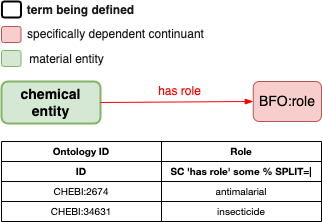
This is src/ontology/diagrams/chebi-roles.png from VEuPathDB-ontology/VEuPathDB-ontology, a draw.io export, as it was before one commit. Source tidied: cells renumbered, new cells last; positions are measured from the earlier drawing's top-left corner, leaving out a move shared by most shapes. Its diagram source:
```xml
<mxGraphModel>
  <root>
    <mxCell id="0" />
    <mxCell id="1" parent="0" />
    <mxCell id="2" value="&lt;b&gt;&lt;font style=&quot;font-size: 14px&quot;&gt;chemical entity&lt;/font&gt;&lt;/b&gt;" style="rounded=1;whiteSpace=wrap;html=1;fillColor=#d5e8d4;strokeColor=#82b366;strokeWidth=2;" parent="1" vertex="1">
      <mxGeometry y="80" width="99" height="42" as="geometry" />
    </mxCell>
    <mxCell id="3" value="&lt;span style=&quot;font-size: 14px&quot;&gt;&lt;span&gt;BFO:role&lt;br&gt;&lt;/span&gt;&lt;/span&gt;" style="rounded=1;whiteSpace=wrap;html=1;fillColor=#f8cecc;strokeColor=#b85450;fontStyle=0;" parent="1" vertex="1">
      <mxGeometry x="251.8" y="80" width="68.2" height="40" as="geometry" />
    </mxCell>
    <mxCell id="4" style="edgeStyle=none;rounded=0;jettySize=auto;html=1;fontColor=#FFFFFF;endArrow=blockThin;endFill=1;exitX=1;exitY=0.5;exitDx=0;exitDy=0;entryX=0;entryY=0.5;entryDx=0;entryDy=0;strokeColor=#FF0000;" parent="1" edge="1" source="2" target="3">
      <mxGeometry relative="1" as="geometry" />
    </mxCell>
    <mxCell id="5" value="has role" style="edgeLabel;html=1;align=center;verticalAlign=middle;fontSize=12;fontColor=#FF0000;" parent="4" vertex="1">
      <mxGeometry x="-0.12" y="1" relative="1" as="geometry">
        <mxPoint x="12" y="-10" as="offset" />
      </mxGeometry>
    </mxCell>
    <mxCell id="6" style="shape=table;startSize=0;" parent="1" vertex="1">
      <mxGeometry y="140" width="320" height="80" as="geometry" />
    </mxCell>
    <mxCell id="7" style="shape=tableRow;horizontal=0;startSize=0;swimlaneHead=0;swimlaneBody=0;top=0;left=0;bottom=0;right=0;fillColor=none;" parent="6" vertex="1">
      <mxGeometry width="320" height="20" as="geometry" />
    </mxCell>
    <mxCell id="8" value="&lt;p style=&quot;margin: 0.0px 0.0px 0.0px 0.0px&quot;&gt;&lt;font face=&quot;Helvetica Neue&quot; size=&quot;2&quot; color=&quot;#000000&quot; style=&quot;font-style: normal; font-variant: normal; font-stretch: normal; font-size: 10px; line-height: normal; font-family: &amp;quot;helvetica neue&amp;quot;; color: rgb(0, 0, 0);&quot;&gt;Ontology ID&lt;/font&gt;&lt;/p&gt;&#10;" style="shape=partialRectangle;html=1;whiteSpace=wrap;overflow=hidden;fillColor=none;top=0;left=0;bottom=0;right=0;fontStyle=1;" parent="7" vertex="1">
      <mxGeometry width="160" height="20" as="geometry" />
    </mxCell>
    <mxCell id="9" value="&lt;p style=&quot;margin: 0.0px 0.0px 0.0px 0.0px&quot;&gt;&lt;font face=&quot;Helvetica Neue&quot; size=&quot;2&quot; color=&quot;#000000&quot; style=&quot;font-style: normal; font-variant: normal; font-stretch: normal; font-size: 10px; line-height: normal; font-family: &amp;quot;helvetica neue&amp;quot;; color: rgb(0, 0, 0);&quot;&gt;Role&lt;/font&gt;&lt;/p&gt;&#10;" style="shape=partialRectangle;html=1;whiteSpace=wrap;overflow=hidden;fillColor=none;top=0;left=0;bottom=0;right=0;fontStyle=1;" parent="7" vertex="1">
      <mxGeometry x="160" width="160" height="20" as="geometry" />
    </mxCell>
    <mxCell id="10" style="shape=tableRow;horizontal=0;startSize=0;swimlaneHead=0;swimlaneBody=0;top=0;left=0;bottom=0;right=0;fillColor=none;" parent="6" vertex="1">
      <mxGeometry y="20" width="320" height="20" as="geometry" />
    </mxCell>
    <mxCell id="11" value="&lt;p style=&quot;margin: 0.0px 0.0px 0.0px 0.0px&quot;&gt;&lt;font face=&quot;Helvetica Neue&quot; size=&quot;2&quot; color=&quot;#000000&quot; style=&quot;font-style: normal; font-variant: normal; font-stretch: normal; font-size: 10px; line-height: normal; font-family: &amp;quot;helvetica neue&amp;quot;; color: rgb(0, 0, 0);&quot;&gt;ID&lt;/font&gt;&lt;/p&gt;&#10;" style="shape=partialRectangle;html=1;whiteSpace=wrap;overflow=hidden;fillColor=none;top=0;left=0;bottom=0;right=0;fontStyle=1;" parent="10" vertex="1">
      <mxGeometry width="160" height="20" as="geometry" />
    </mxCell>
    <mxCell id="12" value="&lt;p style=&quot;margin: 0.0px 0.0px 0.0px 0.0px&quot;&gt;&lt;font face=&quot;Helvetica Neue&quot; size=&quot;2&quot; color=&quot;#000000&quot; style=&quot;font-style: normal; font-variant: normal; font-stretch: normal; font-size: 10px; line-height: normal; font-family: &amp;quot;helvetica neue&amp;quot;; color: rgb(0, 0, 0);&quot;&gt;SC 'has role' some % SPLIT=|&lt;/font&gt;&lt;/p&gt;&#10;" style="shape=partialRectangle;html=1;whiteSpace=wrap;overflow=hidden;fillColor=none;top=0;left=0;bottom=0;right=0;fontStyle=1;" parent="10" vertex="1">
      <mxGeometry x="160" width="160" height="20" as="geometry" />
    </mxCell>
    <mxCell id="13" style="shape=tableRow;horizontal=0;startSize=0;swimlaneHead=0;swimlaneBody=0;top=0;left=0;bottom=0;right=0;fillColor=none;" parent="6" vertex="1">
      <mxGeometry y="40" width="320" height="20" as="geometry" />
    </mxCell>
    <mxCell id="14" value="&lt;p style=&quot;margin: 0.0px 0.0px 0.0px 0.0px&quot;&gt;&lt;font face=&quot;Helvetica Neue&quot; size=&quot;2&quot; color=&quot;#000000&quot; style=&quot;font: 10.0px &amp;quot;helvetica neue&amp;quot; ; color: #000000&quot;&gt;CHEBI:2674&lt;/font&gt;&lt;/p&gt;&#10;" style="shape=partialRectangle;html=1;whiteSpace=wrap;overflow=hidden;fillColor=none;top=0;left=0;bottom=0;right=0;" parent="13" vertex="1">
      <mxGeometry width="160" height="20" as="geometry" />
    </mxCell>
    <mxCell id="15" value="&lt;p style=&quot;margin: 0.0px 0.0px 0.0px 0.0px&quot;&gt;&lt;font face=&quot;Helvetica Neue&quot; size=&quot;2&quot; color=&quot;#000000&quot; style=&quot;font: 10.0px &amp;quot;helvetica neue&amp;quot; ; color: #000000&quot;&gt;antimalarial&lt;/font&gt;&lt;/p&gt;&#10;" style="shape=partialRectangle;html=1;whiteSpace=wrap;overflow=hidden;fillColor=none;top=0;left=0;bottom=0;right=0;" parent="13" vertex="1">
      <mxGeometry x="160" width="160" height="20" as="geometry" />
    </mxCell>
    <mxCell id="16" style="shape=tableRow;horizontal=0;startSize=0;swimlaneHead=0;swimlaneBody=0;top=0;left=0;bottom=0;right=0;fillColor=none;" parent="6" vertex="1">
      <mxGeometry y="60" width="320" height="20" as="geometry" />
    </mxCell>
    <mxCell id="17" value="&lt;p style=&quot;margin: 0.0px 0.0px 0.0px 0.0px&quot;&gt;&lt;font face=&quot;Helvetica Neue&quot; size=&quot;2&quot; color=&quot;#000000&quot; style=&quot;font: 10.0px &amp;quot;helvetica neue&amp;quot; ; color: #000000&quot;&gt;CHEBI:34631&lt;/font&gt;&lt;/p&gt;&#10;" style="shape=partialRectangle;html=1;whiteSpace=wrap;overflow=hidden;fillColor=none;top=0;left=0;bottom=0;right=0;" parent="16" vertex="1">
      <mxGeometry width="160" height="20" as="geometry" />
    </mxCell>
    <mxCell id="18" value="&lt;p style=&quot;margin: 0.0px 0.0px 0.0px 0.0px&quot;&gt;&lt;font face=&quot;Helvetica Neue&quot; size=&quot;2&quot; color=&quot;#000000&quot; style=&quot;font: 10.0px &amp;quot;helvetica neue&amp;quot; ; color: #000000&quot;&gt;insecticide&lt;/font&gt;&lt;/p&gt;&#10;" style="shape=partialRectangle;html=1;whiteSpace=wrap;overflow=hidden;fillColor=none;top=0;left=0;bottom=0;right=0;" parent="16" vertex="1">
      <mxGeometry x="160" width="160" height="20" as="geometry" />
    </mxCell>
    <mxCell id="19" value="specifically dependent continuant" style="edgeLabel;html=1;align=center;verticalAlign=middle;fontSize=12;fontColor=#1A1A1A;" parent="1" vertex="1">
      <mxGeometry x="113.9" y="32.1" as="geometry" />
    </mxCell>
    <mxCell id="20" value="material entity" style="edgeLabel;html=1;align=center;verticalAlign=middle;fontSize=12;fontColor=#1A1A1A;" parent="1" vertex="1">
      <mxGeometry x="64.9" y="57.1" as="geometry" />
    </mxCell>
    <mxCell id="21" style="rounded=1;whiteSpace=wrap;html=1;fillColor=#f8cecc;strokeColor=#b85450;fontStyle=0;" parent="1" vertex="1">
      <mxGeometry y="25" width="19.5" height="16" as="geometry" />
    </mxCell>
    <mxCell id="22" style="rounded=1;whiteSpace=wrap;html=1;fillColor=#d5e8d4;strokeColor=#82b366;fontStyle=0;" parent="1" vertex="1">
      <mxGeometry y="49" width="19.5" height="16" as="geometry" />
    </mxCell>
    <mxCell id="23" value="&lt;b&gt;term being defined&lt;/b&gt;" style="edgeLabel;html=1;align=center;verticalAlign=middle;fontSize=12;fontColor=#1A1A1A;" parent="1" vertex="1">
      <mxGeometry x="78.5" y="8" as="geometry" />
    </mxCell>
    <mxCell id="24" style="rounded=1;whiteSpace=wrap;html=1;fontStyle=0;strokeWidth=2;" parent="1" vertex="1">
      <mxGeometry x="0.4" width="19.1" height="16" as="geometry" />
    </mxCell>
  </root>
</mxGraphModel>
```
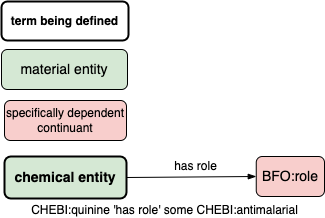
The same file after the commit.

Change to the diagram source:
```diff
@@ -2,76 +2,33 @@
   <root>
     <mxCell id="0" />
     <mxCell id="1" parent="0" />
-    <mxCell id="2" value="&lt;b&gt;&lt;font style=&quot;font-size: 14px&quot;&gt;chemical entity&lt;/font&gt;&lt;/b&gt;" style="rounded=1;whiteSpace=wrap;html=1;fillColor=#d5e8d4;strokeColor=#82b366;strokeWidth=2;" parent="1" vertex="1">
-      <mxGeometry y="80" width="99" height="42" as="geometry" />
+    <mxCell id="2" value="&lt;b&gt;&lt;font style=&quot;font-size: 14px&quot;&gt;chemical entity&lt;/font&gt;&lt;/b&gt;" style="rounded=1;whiteSpace=wrap;html=1;fillColor=#d5e8d4;strokeColor=#000000;strokeWidth=2;" parent="1" vertex="1">
+      <mxGeometry x="101" y="-736" width="122" height="42" as="geometry" />
     </mxCell>
-    <mxCell id="3" value="&lt;span style=&quot;font-size: 14px&quot;&gt;&lt;span&gt;BFO:role&lt;br&gt;&lt;/span&gt;&lt;/span&gt;" style="rounded=1;whiteSpace=wrap;html=1;fillColor=#f8cecc;strokeColor=#b85450;fontStyle=0;" parent="1" vertex="1">
-      <mxGeometry x="251.8" y="80" width="68.2" height="40" as="geometry" />
+    <mxCell id="3" value="&lt;span style=&quot;font-size: 14px&quot;&gt;&lt;span&gt;BFO:role&lt;br&gt;&lt;/span&gt;&lt;/span&gt;" style="rounded=1;whiteSpace=wrap;html=1;fillColor=#f8cecc;strokeColor=#000000;fontStyle=0;" parent="1" vertex="1">
+      <mxGeometry x="352.8" y="-736" width="68.2" height="40" as="geometry" />
     </mxCell>
-    <mxCell id="4" style="edgeStyle=none;rounded=0;jettySize=auto;html=1;fontColor=#FFFFFF;endArrow=blockThin;endFill=1;exitX=1;exitY=0.5;exitDx=0;exitDy=0;entryX=0;entryY=0.5;entryDx=0;entryDy=0;strokeColor=#FF0000;" parent="1" edge="1" source="2" target="3">
+    <mxCell id="4" style="edgeStyle=none;rounded=0;jettySize=auto;html=1;fontColor=#FFFFFF;endArrow=blockThin;endFill=1;exitX=1;exitY=0.5;exitDx=0;exitDy=0;entryX=0;entryY=0.5;entryDx=0;entryDy=0;strokeColor=#000000;" parent="1" edge="1" source="2" target="3">
       <mxGeometry relative="1" as="geometry" />
     </mxCell>
-    <mxCell id="5" value="has role" style="edgeLabel;html=1;align=center;verticalAlign=middle;fontSize=12;fontColor=#FF0000;" parent="4" vertex="1">
+    <mxCell id="5" value="has role" style="edgeLabel;html=1;align=center;verticalAlign=middle;fontSize=12;fontColor=#000000;" parent="4" vertex="1">
       <mxGeometry x="-0.12" y="1" relative="1" as="geometry">
         <mxPoint x="12" y="-10" as="offset" />
       </mxGeometry>
     </mxCell>
-    <mxCell id="6" style="shape=table;startSize=0;" parent="1" vertex="1">
-      <mxGeometry y="140" width="320" height="80" as="geometry" />
-    </mxCell>
-    <mxCell id="7" style="shape=tableRow;horizontal=0;startSize=0;swimlaneHead=0;swimlaneBody=0;top=0;left=0;bottom=0;right=0;fillColor=none;" parent="6" vertex="1">
-      <mxGeometry width="320" height="20" as="geometry" />
-    </mxCell>
-    <mxCell id="8" value="&lt;p style=&quot;margin: 0.0px 0.0px 0.0px 0.0px&quot;&gt;&lt;font face=&quot;Helvetica Neue&quot; size=&quot;2&quot; color=&quot;#000000&quot; style=&quot;font-style: normal; font-variant: normal; font-stretch: normal; font-size: 10px; line-height: normal; font-family: &amp;quot;helvetica neue&amp;quot;; color: rgb(0, 0, 0);&quot;&gt;Ontology ID&lt;/font&gt;&lt;/p&gt;&#10;" style="shape=partialRectangle;html=1;whiteSpace=wrap;overflow=hidden;fillColor=none;top=0;left=0;bottom=0;right=0;fontStyle=1;" parent="7" vertex="1">
-      <mxGeometry width="160" height="20" as="geometry" />
-    </mxCell>
-    <mxCell id="9" value="&lt;p style=&quot;margin: 0.0px 0.0px 0.0px 0.0px&quot;&gt;&lt;font face=&quot;Helvetica Neue&quot; size=&quot;2&quot; color=&quot;#000000&quot; style=&quot;font-style: normal; font-variant: normal; font-stretch: normal; font-size: 10px; line-height: normal; font-family: &amp;quot;helvetica neue&amp;quot;; color: rgb(0, 0, 0);&quot;&gt;Role&lt;/font&gt;&lt;/p&gt;&#10;" style="shape=partialRectangle;html=1;whiteSpace=wrap;overflow=hidden;fillColor=none;top=0;left=0;bottom=0;right=0;fontStyle=1;" parent="7" vertex="1">
-      <mxGeometry x="160" width="160" height="20" as="geometry" />
-    </mxCell>
-    <mxCell id="10" style="shape=tableRow;horizontal=0;startSize=0;swimlaneHead=0;swimlaneBody=0;top=0;left=0;bottom=0;right=0;fillColor=none;" parent="6" vertex="1">
-      <mxGeometry y="20" width="320" height="20" as="geometry" />
-    </mxCell>
-    <mxCell id="11" value="&lt;p style=&quot;margin: 0.0px 0.0px 0.0px 0.0px&quot;&gt;&lt;font face=&quot;Helvetica Neue&quot; size=&quot;2&quot; color=&quot;#000000&quot; style=&quot;font-style: normal; font-variant: normal; font-stretch: normal; font-size: 10px; line-height: normal; font-family: &amp;quot;helvetica neue&amp;quot;; color: rgb(0, 0, 0);&quot;&gt;ID&lt;/font&gt;&lt;/p&gt;&#10;" style="shape=partialRectangle;html=1;whiteSpace=wrap;overflow=hidden;fillColor=none;top=0;left=0;bottom=0;right=0;fontStyle=1;" parent="10" vertex="1">
-      <mxGeometry width="160" height="20" as="geometry" />
-    </mxCell>
-    <mxCell id="12" value="&lt;p style=&quot;margin: 0.0px 0.0px 0.0px 0.0px&quot;&gt;&lt;font face=&quot;Helvetica Neue&quot; size=&quot;2&quot; color=&quot;#000000&quot; style=&quot;font-style: normal; font-variant: normal; font-stretch: normal; font-size: 10px; line-height: normal; font-family: &amp;quot;helvetica neue&amp;quot;; color: rgb(0, 0, 0);&quot;&gt;SC 'has role' some % SPLIT=|&lt;/font&gt;&lt;/p&gt;&#10;" style="shape=partialRectangle;html=1;whiteSpace=wrap;overflow=hidden;fillColor=none;top=0;left=0;bottom=0;right=0;fontStyle=1;" parent="10" vertex="1">
-      <mxGeometry x="160" width="160" height="20" as="geometry" />
-    </mxCell>
-    <mxCell id="13" style="shape=tableRow;horizontal=0;startSize=0;swimlaneHead=0;swimlaneBody=0;top=0;left=0;bottom=0;right=0;fillColor=none;" parent="6" vertex="1">
-      <mxGeometry y="40" width="320" height="20" as="geometry" />
-    </mxCell>
-    <mxCell id="14" value="&lt;p style=&quot;margin: 0.0px 0.0px 0.0px 0.0px&quot;&gt;&lt;font face=&quot;Helvetica Neue&quot; size=&quot;2&quot; color=&quot;#000000&quot; style=&quot;font: 10.0px &amp;quot;helvetica neue&amp;quot; ; color: #000000&quot;&gt;CHEBI:2674&lt;/font&gt;&lt;/p&gt;&#10;" style="shape=partialRectangle;html=1;whiteSpace=wrap;overflow=hidden;fillColor=none;top=0;left=0;bottom=0;right=0;" parent="13" vertex="1">
-      <mxGeometry width="160" height="20" as="geometry" />
-    </mxCell>
-    <mxCell id="15" value="&lt;p style=&quot;margin: 0.0px 0.0px 0.0px 0.0px&quot;&gt;&lt;font face=&quot;Helvetica Neue&quot; size=&quot;2&quot; color=&quot;#000000&quot; style=&quot;font: 10.0px &amp;quot;helvetica neue&amp;quot; ; color: #000000&quot;&gt;antimalarial&lt;/font&gt;&lt;/p&gt;&#10;" style="shape=partialRectangle;html=1;whiteSpace=wrap;overflow=hidden;fillColor=none;top=0;left=0;bottom=0;right=0;" parent="13" vertex="1">
-      <mxGeometry x="160" width="160" height="20" as="geometry" />
-    </mxCell>
-    <mxCell id="16" style="shape=tableRow;horizontal=0;startSize=0;swimlaneHead=0;swimlaneBody=0;top=0;left=0;bottom=0;right=0;fillColor=none;" parent="6" vertex="1">
-      <mxGeometry y="60" width="320" height="20" as="geometry" />
-    </mxCell>
-    <mxCell id="17" value="&lt;p style=&quot;margin: 0.0px 0.0px 0.0px 0.0px&quot;&gt;&lt;font face=&quot;Helvetica Neue&quot; size=&quot;2&quot; color=&quot;#000000&quot; style=&quot;font: 10.0px &amp;quot;helvetica neue&amp;quot; ; color: #000000&quot;&gt;CHEBI:34631&lt;/font&gt;&lt;/p&gt;&#10;" style="shape=partialRectangle;html=1;whiteSpace=wrap;overflow=hidden;fillColor=none;top=0;left=0;bottom=0;right=0;" parent="16" vertex="1">
-      <mxGeometry width="160" height="20" as="geometry" />
-    </mxCell>
-    <mxCell id="18" value="&lt;p style=&quot;margin: 0.0px 0.0px 0.0px 0.0px&quot;&gt;&lt;font face=&quot;Helvetica Neue&quot; size=&quot;2&quot; color=&quot;#000000&quot; style=&quot;font: 10.0px &amp;quot;helvetica neue&amp;quot; ; color: #000000&quot;&gt;insecticide&lt;/font&gt;&lt;/p&gt;&#10;" style="shape=partialRectangle;html=1;whiteSpace=wrap;overflow=hidden;fillColor=none;top=0;left=0;bottom=0;right=0;" parent="16" vertex="1">
-      <mxGeometry x="160" width="160" height="20" as="geometry" />
-    </mxCell>
+    <mxCell id="25" value="CHEBI:quinine 'has role' some CHEBI:antimalarial" style="edgeLabel;html=1;align=center;verticalAlign=middle;fontSize=12;fontColor=#000000;" parent="4" vertex="1">
+      <mxGeometry x="-0.12" y="1" relative="1" as="geometry">
+        <mxPoint x="-19" y="34" as="offset" />
+      </mxGeometry>
+    </mxCell>
-    <mxCell id="19" value="specifically dependent continuant" style="edgeLabel;html=1;align=center;verticalAlign=middle;fontSize=12;fontColor=#1A1A1A;" parent="1" vertex="1">
-      <mxGeometry x="113.9" y="32.1" as="geometry" />
+    <mxCell id="19" value="specifically dependent continuant" style="rounded=1;whiteSpace=wrap;html=1;fillColor=#f8cecc;strokeColor=#000000;fontStyle=0;labelBackgroundColor=none;labelBorderColor=none;" parent="1" vertex="1">
+      <mxGeometry x="101" y="-792" width="122" height="40" as="geometry" />
     </mxCell>
-    <mxCell id="20" value="material entity" style="edgeLabel;html=1;align=center;verticalAlign=middle;fontSize=12;fontColor=#1A1A1A;" parent="1" vertex="1">
-      <mxGeometry x="64.9" y="57.1" as="geometry" />
+    <mxCell id="20" value="&lt;span style=&quot;font-size: 14px&quot;&gt;&lt;span&gt;material entity&lt;/span&gt;&lt;/span&gt;" style="rounded=1;whiteSpace=wrap;html=1;fillColor=#d5e8d4;strokeColor=#000000;fontStyle=0;" parent="1" vertex="1">
+      <mxGeometry x="98" y="-843" width="126" height="40" as="geometry" />
     </mxCell>
-    <mxCell id="21" style="rounded=1;whiteSpace=wrap;html=1;fillColor=#f8cecc;strokeColor=#b85450;fontStyle=0;" parent="1" vertex="1">
-      <mxGeometry y="25" width="19.5" height="16" as="geometry" />
-    </mxCell>
-    <mxCell id="22" style="rounded=1;whiteSpace=wrap;html=1;fillColor=#d5e8d4;strokeColor=#82b366;fontStyle=0;" parent="1" vertex="1">
-      <mxGeometry y="49" width="19.5" height="16" as="geometry" />
-    </mxCell>
-    <mxCell id="23" value="&lt;b&gt;term being defined&lt;/b&gt;" style="edgeLabel;html=1;align=center;verticalAlign=middle;fontSize=12;fontColor=#1A1A1A;" parent="1" vertex="1">
-      <mxGeometry x="78.5" y="8" as="geometry" />
+    <mxCell id="23" value="&lt;b&gt;term being defined&lt;/b&gt;" style="rounded=1;whiteSpace=wrap;html=1;fontStyle=0;strokeWidth=2;" parent="1" vertex="1">
+      <mxGeometry x="98" y="-891" width="127" height="39" as="geometry" />
     </mxCell>
-    <mxCell id="24" style="rounded=1;whiteSpace=wrap;html=1;fontStyle=0;strokeWidth=2;" parent="1" vertex="1">
-      <mxGeometry x="0.4" width="19.1" height="16" as="geometry" />
-    </mxCell>
   </root>
 </mxGraphModel>
```
